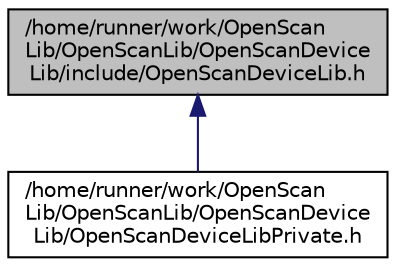
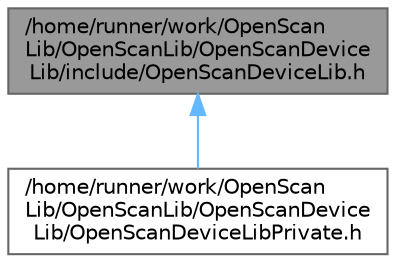
digraph "/home/runner/work/OpenScanLib/OpenScanLib/OpenScanDeviceLib/include/OpenScanDeviceLib.h"
{
 // LATEX_PDF_SIZE
-   edge [fontname="Helvetica",fontsize="10",labelfontname="Helvetica",labelfontsize="10"];
-   node [fontname="Helvetica",fontsize="10",shape=record];
-   Node1 [label="/home/runner/work/OpenScan\lLib/OpenScanLib/OpenScanDevice\lLib/include/OpenScanDeviceLib.h",height=0.2,width=0.4,color="black", fillcolor="grey75", style="filled", fontcolor="black",tooltip="Public header for OpenScanDeviceLib."];
-   Node1 -> Node2 [dir="back",color="midnightblue",fontsize="10",style="solid",fontname="Helvetica"];
-   Node2 [label="/home/runner/work/OpenScan\lLib/OpenScanLib/OpenScanDevice\lLib/OpenScanDeviceLibPrivate.h",height=0.2,width=0.4,color="black", fillcolor="white", style="filled",URL="$OpenScanDeviceLibPrivate_8h.html",tooltip="Internal definitions for OpenScanDeviceLib."];
+   bgcolor="transparent";
+   edge [fontname=Helvetica,fontsize=10,labelfontname=Helvetica,labelfontsize=10];
+   node [fontname=Helvetica,fontsize=10,shape=box,height=0.2,width=0.4];
+   Node1 [id="Node000001",label="/home/runner/work/OpenScan\lLib/OpenScanLib/OpenScanDevice\lLib/include/OpenScanDeviceLib.h",height=0.2,width=0.4,color="gray40", fillcolor="grey60", style="filled", fontcolor="black",tooltip="Public header for OpenScanDeviceLib."];
+   Node1 -> Node2 [id="edge1_Node000001_Node000002",dir="back",color="steelblue1",style="solid",tooltip=" "];
+   Node2 [id="Node000002",label="/home/runner/work/OpenScan\lLib/OpenScanLib/OpenScanDevice\lLib/OpenScanDeviceLibPrivate.h",height=0.2,width=0.4,color="grey40", fillcolor="white", style="filled",URL="$OpenScanDeviceLibPrivate_8h.html",tooltip="Internal definitions for OpenScanDeviceLib."];
}
